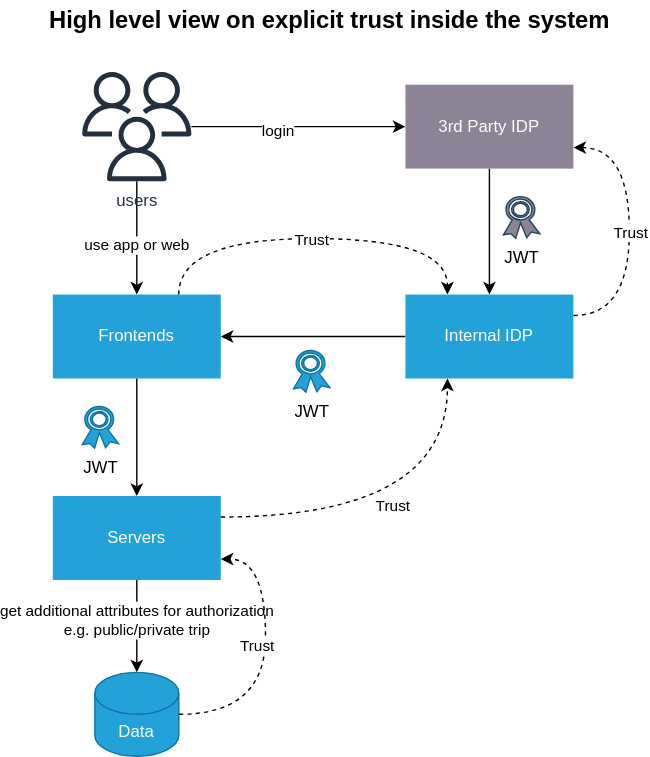
Earlier version of the draw.io export diagrams/Security.drawio.svg (wschaef/architecture-kata-2023). Source tidied: cells renumbered, new cells last; positions are measured from the earlier drawing's top-left corner, leaving out a move shared by most shapes.
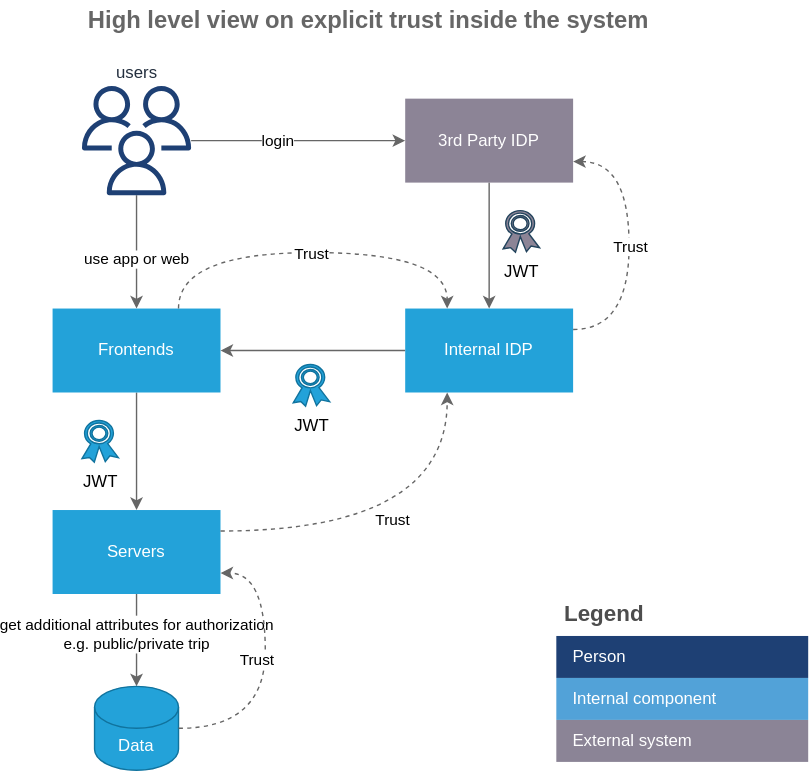
After the change.

Change to the diagram source:
```diff
@@ -2,16 +2,16 @@
   <root>
     <mxCell id="0" />
     <mxCell id="1" parent="0" />
-    <mxCell id="2" style="edgeStyle=orthogonalEdgeStyle;rounded=0;jettySize=auto;html=1;" parent="1" edge="1" source="3" target="12">
+    <mxCell id="2" style="edgeStyle=orthogonalEdgeStyle;rounded=0;jettySize=auto;html=1;strokeColor=#666666;" parent="1" edge="1" source="3" target="12">
       <mxGeometry relative="1" as="geometry" />
     </mxCell>
     <mxCell id="3" value="Frontends" style="rounded=0;whiteSpace=wrap;html=1;fillColor=#23A2D9;strokeColor=none;fontColor=#FFFFFF;" parent="1" vertex="1">
       <mxGeometry x="18" y="210" width="120" height="60" as="geometry" />
     </mxCell>
-    <mxCell id="4" style="edgeStyle=orthogonalEdgeStyle;rounded=0;jettySize=auto;html=1;entryX=1;entryY=0.5;entryDx=0;entryDy=0;" parent="1" edge="1" source="7" target="3">
+    <mxCell id="4" style="edgeStyle=orthogonalEdgeStyle;rounded=0;jettySize=auto;html=1;entryX=1;entryY=0.5;entryDx=0;entryDy=0;strokeColor=#666666;" parent="1" edge="1" source="7" target="3">
       <mxGeometry relative="1" as="geometry" />
     </mxCell>
-    <mxCell id="5" style="edgeStyle=orthogonalEdgeStyle;rounded=0;jettySize=auto;html=1;curved=1;exitX=1;exitY=0.25;exitDx=0;exitDy=0;entryX=1;entryY=0.75;entryDx=0;entryDy=0;dashed=1;" parent="1" edge="1" source="7" target="9">
+    <mxCell id="5" style="edgeStyle=orthogonalEdgeStyle;rounded=0;jettySize=auto;html=1;curved=1;exitX=1;exitY=0.25;exitDx=0;exitDy=0;entryX=1;entryY=0.75;entryDx=0;entryDy=0;dashed=1;strokeColor=#666666;" parent="1" edge="1" source="7" target="9">
       <mxGeometry relative="1" as="geometry">
         <Array as="points">
           <mxPoint x="430" y="225" />
@@ -25,13 +25,13 @@
     <mxCell id="7" value="Internal IDP" style="rounded=0;whiteSpace=wrap;html=1;fillColor=#23A2D9;strokeColor=none;fontColor=#FFFFFF;" parent="1" vertex="1">
       <mxGeometry x="270" y="210" width="120" height="60" as="geometry" />
     </mxCell>
-    <mxCell id="8" style="edgeStyle=orthogonalEdgeStyle;rounded=0;jettySize=auto;html=1;" parent="1" edge="1" source="9" target="7">
+    <mxCell id="8" style="edgeStyle=orthogonalEdgeStyle;rounded=0;jettySize=auto;html=1;strokeColor=#666666;" parent="1" edge="1" source="9" target="7">
       <mxGeometry relative="1" as="geometry" />
     </mxCell>
     <mxCell id="9" value="3rd Party IDP" style="rounded=0;whiteSpace=wrap;html=1;fillColor=#8C8496;strokeColor=none;fontColor=#FFFFFF;" parent="1" vertex="1">
       <mxGeometry x="270" y="60" width="120" height="60" as="geometry" />
     </mxCell>
-    <mxCell id="10" style="edgeStyle=orthogonalEdgeStyle;rounded=0;jettySize=auto;html=1;" parent="1" edge="1" source="12" target="19">
+    <mxCell id="10" style="edgeStyle=orthogonalEdgeStyle;rounded=0;jettySize=auto;html=1;strokeColor=#666666;" parent="1" edge="1" source="12" target="19">
       <mxGeometry relative="1" as="geometry" />
     </mxCell>
     <mxCell id="11" value="get additional attributes for authorization&lt;br&gt;e.g. public/private trip" style="edgeLabel;html=1;align=center;verticalAlign=middle;" parent="10" vertex="1">
@@ -43,13 +43,15 @@
     <mxCell id="13" value="JWT" style="sketch=0;shadow=0;dashed=0;html=1;strokeColor=#23445d;fillColor=#8C8496;labelPosition=center;verticalLabelPosition=bottom;verticalAlign=top;align=center;shape=mxgraph.office.security.token;" parent="1" vertex="1">
       <mxGeometry x="340" y="140" width="26" height="29.7" as="geometry" />
     </mxCell>
-    <mxCell id="14" style="edgeStyle=orthogonalEdgeStyle;rounded=0;jettySize=auto;html=1;entryX=0;entryY=0.5;entryDx=0;entryDy=0;" parent="1" edge="1" source="18" target="9">
+    <mxCell id="14" style="edgeStyle=orthogonalEdgeStyle;rounded=0;jettySize=auto;html=1;entryX=0;entryY=0.5;entryDx=0;entryDy=0;strokeColor=#666666;" parent="1" edge="1" source="18" target="9">
       <mxGeometry relative="1" as="geometry" />
     </mxCell>
     <mxCell id="15" value="login" style="edgeLabel;html=1;align=center;verticalAlign=middle;" parent="14" vertex="1">
-      <mxGeometry x="-0.2" y="-3" relative="1" as="geometry" />
+      <mxGeometry x="-0.2" y="-3" relative="1" as="geometry">
+        <mxPoint y="-3" as="offset" />
+      </mxGeometry>
     </mxCell>
-    <mxCell id="16" style="edgeStyle=orthogonalEdgeStyle;rounded=0;jettySize=auto;html=1;entryX=0.5;entryY=0;entryDx=0;entryDy=0;" parent="1" edge="1" source="18" target="3">
+    <mxCell id="16" style="edgeStyle=orthogonalEdgeStyle;rounded=0;jettySize=auto;html=1;entryX=0.5;entryY=0;entryDx=0;entryDy=0;strokeColor=#666666;" parent="1" edge="1" source="18" target="3">
       <mxGeometry relative="1" as="geometry" />
     </mxCell>
     <mxCell id="17" value="use app or web" style="edgeLabel;html=1;align=center;verticalAlign=middle;" parent="16" vertex="1">
@@ -57,7 +59,7 @@
         <mxPoint x="-1" as="offset" />
       </mxGeometry>
     </mxCell>
-    <mxCell id="18" value="users" style="sketch=0;outlineConnect=0;fontColor=#232F3E;gradientColor=none;fillColor=#232F3D;strokeColor=none;dashed=0;verticalLabelPosition=bottom;verticalAlign=top;align=center;html=1;fontSize=12;fontStyle=0;shape=mxgraph.aws4.users;" parent="1" vertex="1">
+    <mxCell id="18" value="users" style="sketch=0;outlineConnect=0;fontColor=#232F3E;gradientColor=none;fillColor=#1E4074;strokeColor=none;dashed=0;verticalLabelPosition=top;verticalAlign=bottom;align=center;html=1;fontSize=12;fontStyle=0;shape=mxgraph.aws4.users;labelPosition=center;" parent="1" vertex="1">
       <mxGeometry x="39" y="51" width="78" height="78" as="geometry" />
     </mxCell>
     <mxCell id="19" value="Data" style="shape=cylinder3;whiteSpace=wrap;html=1;boundedLbl=1;backgroundOutline=1;size=15;fillColor=#23A2D9;strokeColor=#10739e;fontColor=#FFFFFF;" parent="1" vertex="1">
@@ -69,7 +71,7 @@
     <mxCell id="21" value="JWT" style="sketch=0;shadow=0;dashed=0;html=1;strokeColor=#10739e;fillColor=#23A2D9;labelPosition=center;verticalLabelPosition=bottom;verticalAlign=top;align=center;shape=mxgraph.office.security.token;" parent="1" vertex="1">
       <mxGeometry x="39" y="290" width="26" height="29.7" as="geometry" />
     </mxCell>
-    <mxCell id="22" style="edgeStyle=orthogonalEdgeStyle;rounded=0;jettySize=auto;html=1;curved=1;exitX=0.75;exitY=0;exitDx=0;exitDy=0;entryX=0.25;entryY=0;entryDx=0;entryDy=0;dashed=1;" parent="1" edge="1" source="3" target="7">
+    <mxCell id="22" style="edgeStyle=orthogonalEdgeStyle;rounded=0;jettySize=auto;html=1;curved=1;exitX=0.75;exitY=0;exitDx=0;exitDy=0;entryX=0.25;entryY=0;entryDx=0;entryDy=0;dashed=1;strokeColor=#666666;" parent="1" edge="1" source="3" target="7">
       <mxGeometry relative="1" as="geometry">
         <Array as="points">
           <mxPoint x="108" y="170" />
@@ -80,7 +82,7 @@
     <mxCell id="23" value="Trust" style="edgeLabel;html=1;align=center;verticalAlign=middle;" parent="22" vertex="1">
       <mxGeometry x="-0.01" y="-1" relative="1" as="geometry" />
     </mxCell>
-    <mxCell id="24" style="edgeStyle=orthogonalEdgeStyle;rounded=0;jettySize=auto;html=1;curved=1;exitX=1;exitY=0.25;exitDx=0;exitDy=0;entryX=0.25;entryY=1;entryDx=0;entryDy=0;dashed=1;" parent="1" edge="1" source="12" target="7">
+    <mxCell id="24" style="edgeStyle=orthogonalEdgeStyle;rounded=0;jettySize=auto;html=1;curved=1;exitX=1;exitY=0.25;exitDx=0;exitDy=0;entryX=0.25;entryY=1;entryDx=0;entryDy=0;dashed=1;strokeColor=#666666;" parent="1" edge="1" source="12" target="7">
       <mxGeometry relative="1" as="geometry" />
     </mxCell>
     <mxCell id="25" value="Trust" style="edgeLabel;html=1;align=center;verticalAlign=middle;" parent="24" vertex="1">
@@ -88,7 +90,7 @@
         <mxPoint x="-7" y="-10" as="offset" />
       </mxGeometry>
     </mxCell>
-    <mxCell id="26" style="edgeStyle=orthogonalEdgeStyle;rounded=0;jettySize=auto;html=1;curved=1;exitX=1;exitY=0.5;exitDx=0;exitDy=0;entryX=1;entryY=0.75;entryDx=0;entryDy=0;dashed=1;exitPerimeter=0;" parent="1" edge="1" source="19" target="12">
+    <mxCell id="26" style="edgeStyle=orthogonalEdgeStyle;rounded=0;jettySize=auto;html=1;curved=1;exitX=1;exitY=0.5;exitDx=0;exitDy=0;entryX=1;entryY=0.75;entryDx=0;entryDy=0;dashed=1;exitPerimeter=0;strokeColor=#666666;" parent="1" edge="1" source="19" target="12">
       <mxGeometry relative="1" as="geometry">
         <Array as="points">
           <mxPoint x="170" y="510" />
@@ -101,8 +103,29 @@
         <mxPoint x="-7" y="-10" as="offset" />
       </mxGeometry>
     </mxCell>
-    <mxCell id="28" value="High level view on explicit trust inside the system" style="text;html=1;strokeColor=none;fillColor=none;align=center;verticalAlign=middle;whiteSpace=wrap;rounded=0;fontSize=17;fontStyle=1;" parent="1" vertex="1">
-      <mxGeometry width="432" height="30" as="geometry" />
+    <mxCell id="28" value="High level view on explicit trust inside the system" style="text;html=1;strokeColor=none;fillColor=none;align=center;verticalAlign=middle;whiteSpace=wrap;rounded=0;fontSize=17;fontStyle=1;fontColor=#666666;" parent="1" vertex="1">
+      <mxGeometry x="28" y="-10" width="432" height="30" as="geometry" />
     </mxCell>
+    <mxCell id="29" value="Legend" style="shape=table;startSize=30;fontSize=16;align=left;verticalAlign=top;fillColor=none;strokeColor=none;fontColor=#4D4D4D;fontStyle=1;spacingLeft=6;spacing=0;" parent="1" vertex="1">
+      <mxGeometry x="378" y="414" width="180" height="120" as="geometry" />
+    </mxCell>
+    <mxCell id="30" style="shape=tableRow;horizontal=0;startSize=0;swimlaneHead=0;swimlaneBody=0;strokeColor=inherit;top=0;left=0;bottom=0;right=0;fillColor=none;fontSize=12;" parent="29" vertex="1">
+      <mxGeometry y="30" width="180" height="30" as="geometry" />
+    </mxCell>
+    <mxCell id="31" value="Person" style="shape=partialRectangle;html=1;whiteSpace=wrap;strokeColor=inherit;overflow=hidden;fillColor=#1E4074;top=0;left=0;bottom=0;right=0;fontSize=12;align=left;fontColor=#FFFFFF;gradientColor=none;spacingLeft=10;spacingRight=4;" parent="30" vertex="1">
+      <mxGeometry width="180" height="30" as="geometry" />
+    </mxCell>
+    <mxCell id="32" style="shape=tableRow;horizontal=0;startSize=0;swimlaneHead=0;swimlaneBody=0;strokeColor=inherit;top=0;left=0;bottom=0;right=0;fillColor=none;fontSize=12;" parent="29" vertex="1">
+      <mxGeometry y="60" width="180" height="30" as="geometry" />
+    </mxCell>
+    <mxCell id="33" value="Internal component" style="shape=partialRectangle;html=1;whiteSpace=wrap;strokeColor=inherit;overflow=hidden;fillColor=#52a2d8;top=0;left=0;bottom=0;right=0;fontSize=12;align=left;fontColor=#FFFFFF;gradientColor=none;spacingLeft=10;spacingRight=4;" parent="32" vertex="1">
+      <mxGeometry width="180" height="30" as="geometry" />
+    </mxCell>
+    <mxCell id="34" style="shape=tableRow;horizontal=0;startSize=0;swimlaneHead=0;swimlaneBody=0;strokeColor=inherit;top=0;left=0;bottom=0;right=0;fillColor=none;fontSize=12;" parent="29" vertex="1">
+      <mxGeometry y="90" width="180" height="30" as="geometry" />
+    </mxCell>
+    <mxCell id="35" value="External system" style="shape=partialRectangle;html=1;whiteSpace=wrap;strokeColor=inherit;overflow=hidden;fillColor=#8b8496;top=0;left=0;bottom=0;right=0;fontSize=12;align=left;fontColor=#FFFFFF;gradientColor=none;spacingLeft=10;spacingRight=4;" parent="34" vertex="1">
+      <mxGeometry width="180" height="30" as="geometry" />
+    </mxCell>
   </root>
 </mxGraphModel>
```
